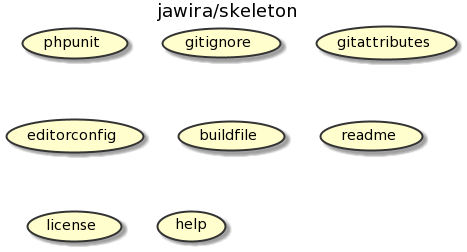
This is build.png from jawira/skeleton, a PlantUML export, as it was before one commit.
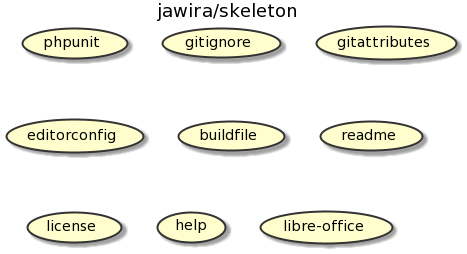
The same diagram one commit later.

Commit message:
Improve license target

Diff of the diagram source:
```diff
@@ -15,4 +15,5 @@
 (readme)
 (license)
 (help)
+(libre-office)
 @enduml
```
